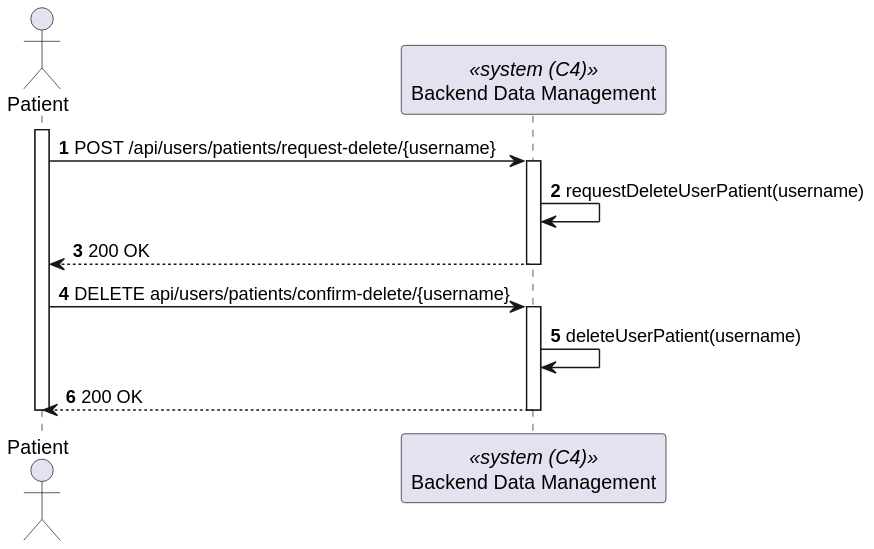
The PlantUML diagram docs/sprint-a/us-5.1.5/views/level2/process-view.svg in 1220846/sem5pi-24-25-3ddg20, before a commit. The source it was exported from:
```plantuml
@startuml
autonumber

actor "Patient" as Patient
participant BackendDataManagement as "Backend Data Management" <<system (C4)>>

activate Patient

    Patient -> BackendDataManagement : POST /api/users/patients/request-delete/{username}

    activate BackendDataManagement

        BackendDataManagement -> BackendDataManagement : requestDeleteUserPatient(username)

        Patient <-- BackendDataManagement : 200 OK
    deactivate BackendDataManagement

    Patient -> BackendDataManagement : DELETE api/users/patients/confirm-delete/{username}
    activate BackendDataManagement

        BackendDataManagement -> BackendDataManagement : deleteUserPatient(username)

        Patient <-- BackendDataManagement : 200 OK
    deactivate BackendDataManagement

deactivate Patient
@enduml
```
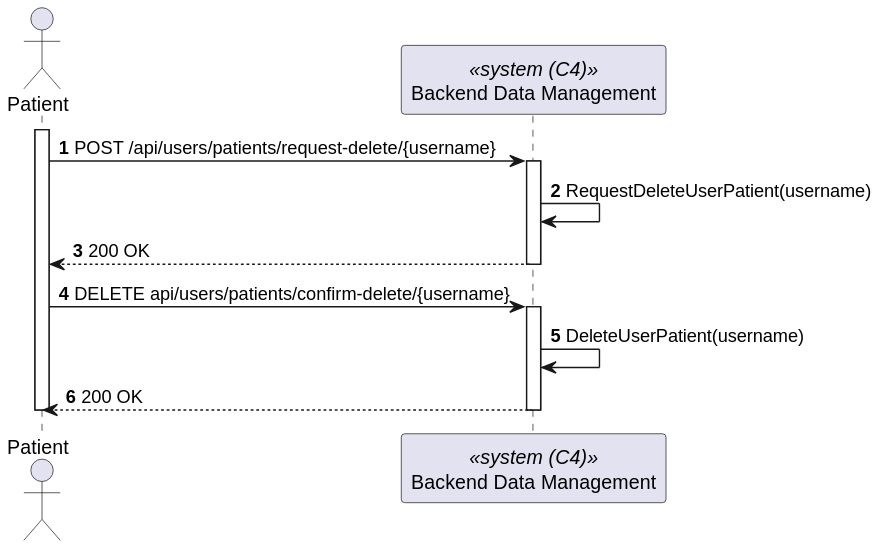
The same diagram one commit later.

What changed in the source:
```diff
@@ -10,7 +10,7 @@
 
     activate BackendDataManagement
 
-        BackendDataManagement -> BackendDataManagement : requestDeleteUserPatient(username)
+        BackendDataManagement -> BackendDataManagement : RequestDeleteUserPatient(username)
 
         Patient <-- BackendDataManagement : 200 OK
     deactivate BackendDataManagement
@@ -18,7 +18,7 @@
     Patient -> BackendDataManagement : DELETE api/users/patients/confirm-delete/{username}
     activate BackendDataManagement
 
-        BackendDataManagement -> BackendDataManagement : deleteUserPatient(username)
+        BackendDataManagement -> BackendDataManagement : DeleteUserPatient(username)
 
         Patient <-- BackendDataManagement : 200 OK
     deactivate BackendDataManagement
```
